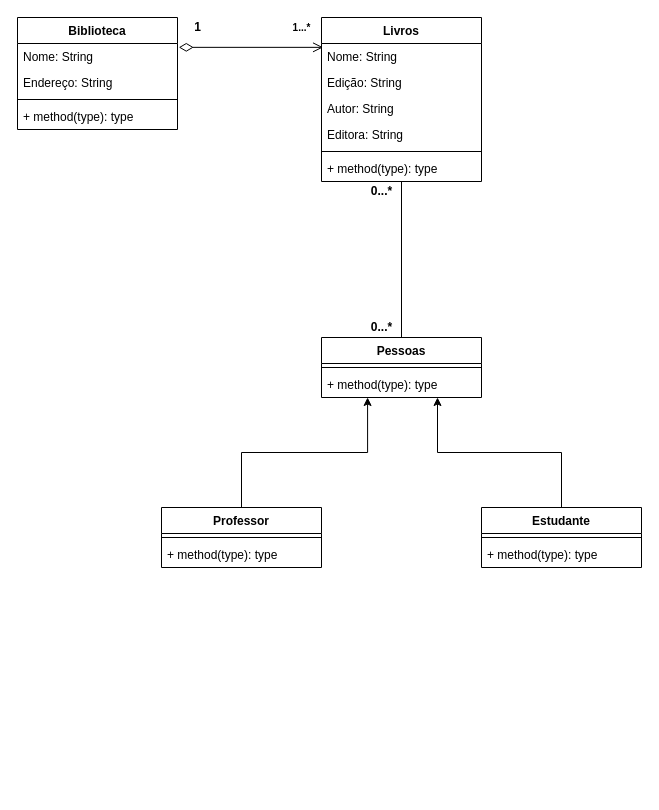
vittoralcan/uml_biblioteca keeps this draw.io diagram as uml_biblioteca.drawio. Above is the earlier version. Source tidied: cells renumbered, new cells numbered last; positions are measured from the earlier drawing's top-left corner, leaving out a move shared by most shapes. Both pictures are drawn from the tidied source at 100%, with x=0, y=0 at pixel (17, 17).
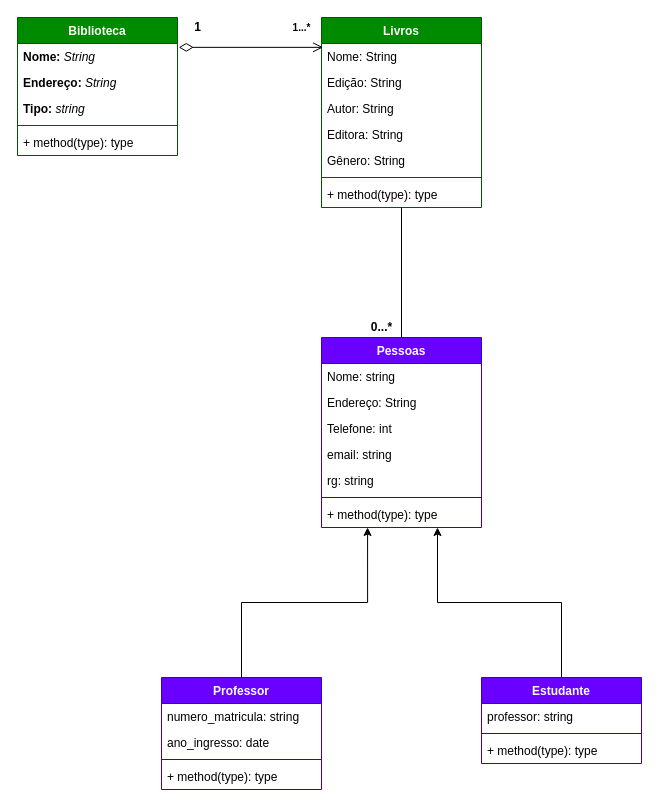
The same diagram, later.

Commit message:
Organização de cores uml_biblioteca.drawio

What changed in the source:
```diff
@@
-    <mxCell id="2" value="Biblioteca" style="swimlane;fontStyle=1;align=center;verticalAlign=top;horizontal=1;startSize=26;whiteSpace=wrap;html=1;" parent="1" vertex="1">
-      <mxGeometry width="160" height="112" as="geometry" />
+    <mxCell id="2" value="Biblioteca" style="swimlane;fontStyle=1;align=center;verticalAlign=top;horizontal=1;startSize=26;whiteSpace=wrap;html=1;fillColor=#008a00;fontColor=#ffffff;strokeColor=#005700;" parent="1" vertex="1">
+      <mxGeometry width="160" height="138" as="geometry" />
     </mxCell>
-    <mxCell id="3" value="Nome: String" style="text;strokeColor=none;fillColor=none;align=left;verticalAlign=top;spacingLeft=4;spacingRight=4;overflow=hidden;points=[[0,0.5],[1,0.5]];portConstraint=eastwest;whiteSpace=wrap;html=1;" parent="2" vertex="1">
+    <mxCell id="3" value="&lt;b&gt;Nome: &lt;/b&gt;&lt;i&gt;String&lt;/i&gt;" style="text;strokeColor=none;fillColor=none;align=left;verticalAlign=top;spacingLeft=4;spacingRight=4;overflow=hidden;points=[[0,0.5],[1,0.5]];portConstraint=eastwest;whiteSpace=wrap;html=1;" parent="2" vertex="1">
       <mxGeometry y="26" width="160" height="26" as="geometry" />
     </mxCell>
-    <mxCell id="4" value="Endereço: String" style="text;strokeColor=none;fillColor=none;align=left;verticalAlign=top;spacingLeft=4;spacingRight=4;overflow=hidden;whiteSpace=wrap;html=1;" parent="2" vertex="1">
+    <mxCell id="4" value="&lt;b&gt;Endereço: &lt;/b&gt;&lt;i&gt;String&lt;/i&gt;" style="text;strokeColor=none;fillColor=none;align=left;verticalAlign=top;spacingLeft=4;spacingRight=4;overflow=hidden;whiteSpace=wrap;html=1;" parent="2" vertex="1">
       <mxGeometry y="52" width="160" height="26" as="geometry" />
     </mxCell>
+    <mxCell id="31" value="&lt;b&gt;Tipo: &lt;/b&gt;&lt;i&gt;string&lt;/i&gt;" style="text;strokeColor=none;fillColor=none;align=left;verticalAlign=top;spacingLeft=4;spacingRight=4;overflow=hidden;whiteSpace=wrap;html=1;" parent="2" vertex="1">
+      <mxGeometry y="78" width="160" height="26" as="geometry" />
+    </mxCell>
     <mxCell id="5" style="line;strokeWidth=1;fillColor=none;align=left;verticalAlign=middle;spacingTop=-1;spacingLeft=3;spacingRight=3;labelPosition=right;strokeColor=inherit;" parent="2" vertex="1">
-      <mxGeometry y="78" width="160" height="8" as="geometry" />
+      <mxGeometry y="104" width="160" height="8" as="geometry" />
     </mxCell>
     <mxCell id="6" value="+ method(type): type" style="text;strokeColor=none;fillColor=none;align=left;verticalAlign=top;spacingLeft=4;spacingRight=4;overflow=hidden;whiteSpace=wrap;html=1;" parent="2" vertex="1">
-      <mxGeometry y="86" width="160" height="26" as="geometry" />
+      <mxGeometry y="112" width="160" height="26" as="geometry" />
     </mxCell>
-    <mxCell id="7" value="Pessoas" style="swimlane;fontStyle=1;align=center;verticalAlign=top;horizontal=1;startSize=26;whiteSpace=wrap;html=1;" parent="1" vertex="1">
-      <mxGeometry x="304" y="320" width="160" height="60" as="geometry" />
+    <mxCell id="7" value="Pessoas" style="swimlane;fontStyle=1;align=center;verticalAlign=top;horizontal=1;startSize=26;whiteSpace=wrap;html=1;fillColor=#6a00ff;fontColor=#ffffff;strokeColor=#3700CC;" parent="1" vertex="1">
+      <mxGeometry x="304" y="320" width="160" height="190" as="geometry" />
     </mxCell>
+    <mxCell id="32" value="&lt;div&gt;Nome: string&lt;/div&gt;" style="text;strokeColor=none;fillColor=none;align=left;verticalAlign=top;spacingLeft=4;spacingRight=4;overflow=hidden;whiteSpace=wrap;html=1;" parent="7" vertex="1">
+      <mxGeometry y="26" width="160" height="26" as="geometry" />
+    </mxCell>
+    <mxCell id="33" value="Endereço: String" style="text;strokeColor=none;fillColor=none;align=left;verticalAlign=top;spacingLeft=4;spacingRight=4;overflow=hidden;whiteSpace=wrap;html=1;" parent="7" vertex="1">
+      <mxGeometry y="52" width="160" height="26" as="geometry" />
+    </mxCell>
+    <mxCell id="34" value="Telefone: int" style="text;strokeColor=none;fillColor=none;align=left;verticalAlign=top;spacingLeft=4;spacingRight=4;overflow=hidden;whiteSpace=wrap;html=1;" parent="7" vertex="1">
+      <mxGeometry y="78" width="160" height="26" as="geometry" />
+    </mxCell>
+    <mxCell id="35" value="email: string" style="text;strokeColor=none;fillColor=none;align=left;verticalAlign=top;spacingLeft=4;spacingRight=4;overflow=hidden;whiteSpace=wrap;html=1;" parent="7" vertex="1">
+      <mxGeometry y="104" width="160" height="26" as="geometry" />
+    </mxCell>
+    <mxCell id="36" value="rg: string" style="text;strokeColor=none;fillColor=none;align=left;verticalAlign=top;spacingLeft=4;spacingRight=4;overflow=hidden;whiteSpace=wrap;html=1;" parent="7" vertex="1">
+      <mxGeometry y="130" width="160" height="26" as="geometry" />
+    </mxCell>
     <mxCell id="8" style="line;strokeWidth=1;fillColor=none;align=left;verticalAlign=middle;spacingTop=-1;spacingLeft=3;spacingRight=3;labelPosition=right;strokeColor=inherit;" parent="7" vertex="1">
-      <mxGeometry y="26" width="160" height="8" as="geometry" />
+      <mxGeometry y="156" width="160" height="8" as="geometry" />
     </mxCell>
     <mxCell id="9" value="+ method(type): type" style="text;strokeColor=none;fillColor=none;align=left;verticalAlign=top;spacingLeft=4;spacingRight=4;overflow=hidden;points=[[0,0.5],[1,0.5]];portConstraint=eastwest;whiteSpace=wrap;html=1;" parent="7" vertex="1">
-      <mxGeometry y="34" width="160" height="26" as="geometry" />
+      <mxGeometry y="164" width="160" height="26" as="geometry" />
     </mxCell>
-    <mxCell id="10" value="Livros" style="swimlane;fontStyle=1;align=center;verticalAlign=top;horizontal=1;startSize=26;whiteSpace=wrap;html=1;" parent="1" vertex="1">
-      <mxGeometry x="304" width="160" height="164" as="geometry" />
+    <mxCell id="10" value="Livros" style="swimlane;fontStyle=1;align=center;verticalAlign=top;horizontal=1;startSize=26;whiteSpace=wrap;html=1;fillColor=#008a00;fontColor=#ffffff;strokeColor=#005700;" parent="1" vertex="1">
+      <mxGeometry x="304" width="160" height="190" as="geometry" />
     </mxCell>
@@
+    <mxCell id="37" value="Gênero: String" style="text;strokeColor=none;fillColor=none;align=left;verticalAlign=top;spacingLeft=4;spacingRight=4;overflow=hidden;whiteSpace=wrap;html=1;" parent="10" vertex="1">
+      <mxGeometry y="130" width="160" height="26" as="geometry" />
+    </mxCell>
     <mxCell id="15" style="line;strokeWidth=1;fillColor=none;align=left;verticalAlign=middle;spacingTop=-1;spacingLeft=3;spacingRight=3;labelPosition=right;strokeColor=inherit;" parent="10" vertex="1">
-      <mxGeometry y="130" width="160" height="8" as="geometry" />
+      <mxGeometry y="156" width="160" height="8" as="geometry" />
     </mxCell>
     <mxCell id="16" value="+ method(type): type" style="text;strokeColor=none;fillColor=none;align=left;verticalAlign=top;spacingLeft=4;spacingRight=4;overflow=hidden;points=[[0,0.5],[1,0.5]];portConstraint=eastwest;whiteSpace=wrap;html=1;" parent="10" vertex="1">
-      <mxGeometry y="138" width="160" height="26" as="geometry" />
+      <mxGeometry y="164" width="160" height="26" as="geometry" />
     </mxCell>
-    <mxCell id="17" value="Professor" style="swimlane;fontStyle=1;align=center;verticalAlign=top;horizontal=1;startSize=26;whiteSpace=wrap;html=1;" parent="1" vertex="1">
-      <mxGeometry x="144" y="490" width="160" height="60" as="geometry" />
+    <mxCell id="17" value="Professor" style="swimlane;fontStyle=1;align=center;verticalAlign=top;horizontal=1;startSize=26;whiteSpace=wrap;html=1;fillColor=#6a00ff;fontColor=#ffffff;strokeColor=#3700CC;" parent="1" vertex="1">
+      <mxGeometry x="144" y="660" width="160" height="112" as="geometry" />
     </mxCell>
+    <mxCell id="38" value="numero_matricula: string" style="text;strokeColor=none;fillColor=none;align=left;verticalAlign=top;spacingLeft=4;spacingRight=4;overflow=hidden;whiteSpace=wrap;html=1;" parent="17" vertex="1">
+      <mxGeometry y="26" width="160" height="26" as="geometry" />
+    </mxCell>
+    <mxCell id="39" value="ano_ingresso: date" style="text;strokeColor=none;fillColor=none;align=left;verticalAlign=top;spacingLeft=4;spacingRight=4;overflow=hidden;whiteSpace=wrap;html=1;" parent="17" vertex="1">
+      <mxGeometry y="52" width="160" height="26" as="geometry" />
+    </mxCell>
     <mxCell id="18" style="line;strokeWidth=1;fillColor=none;align=left;verticalAlign=middle;spacingTop=-1;spacingLeft=3;spacingRight=3;labelPosition=right;strokeColor=inherit;" parent="17" vertex="1">
-      <mxGeometry y="26" width="160" height="8" as="geometry" />
+      <mxGeometry y="78" width="160" height="8" as="geometry" />
     </mxCell>
     <mxCell id="19" value="+ method(type): type" style="text;strokeColor=none;fillColor=none;align=left;verticalAlign=top;spacingLeft=4;spacingRight=4;overflow=hidden;whiteSpace=wrap;html=1;" parent="17" vertex="1">
-      <mxGeometry y="34" width="160" height="26" as="geometry" />
+      <mxGeometry y="86" width="160" height="26" as="geometry" />
     </mxCell>
@@
-    <mxCell id="21" value="Estudante" style="swimlane;fontStyle=1;align=center;verticalAlign=top;horizontal=1;startSize=26;whiteSpace=wrap;html=1;" parent="1" vertex="1">
-      <mxGeometry x="464" y="490" width="160" height="60" as="geometry" />
+    <mxCell id="21" value="Estudante" style="swimlane;fontStyle=1;align=center;verticalAlign=top;horizontal=1;startSize=26;whiteSpace=wrap;html=1;fillColor=#6a00ff;fontColor=#ffffff;strokeColor=#3700CC;" parent="1" vertex="1">
+      <mxGeometry x="464" y="660" width="160" height="86" as="geometry" />
     </mxCell>
+    <mxCell id="40" value="professor: string" style="text;strokeColor=none;fillColor=none;align=left;verticalAlign=top;spacingLeft=4;spacingRight=4;overflow=hidden;whiteSpace=wrap;html=1;" parent="21" vertex="1">
+      <mxGeometry y="26" width="160" height="26" as="geometry" />
+    </mxCell>
     <mxCell id="22" style="line;strokeWidth=1;fillColor=none;align=left;verticalAlign=middle;spacingTop=-1;spacingLeft=3;spacingRight=3;labelPosition=right;strokeColor=inherit;" parent="21" vertex="1">
-      <mxGeometry y="26" width="160" height="8" as="geometry" />
+      <mxGeometry y="52" width="160" height="8" as="geometry" />
     </mxCell>
     <mxCell id="23" value="+ method(type): type" style="text;strokeColor=none;fillColor=none;align=left;verticalAlign=top;spacingLeft=4;spacingRight=4;overflow=hidden;whiteSpace=wrap;html=1;" parent="21" vertex="1">
-      <mxGeometry y="34" width="160" height="26" as="geometry" />
+      <mxGeometry y="60" width="160" height="26" as="geometry" />
     </mxCell>
@@
-    <mxCell id="30" value="0...*" style="text;align=center;fontStyle=1;verticalAlign=middle;spacingLeft=3;spacingRight=3;strokeColor=none;html=1;" parent="1" vertex="1">
-      <mxGeometry x="344" y="164" width="40" height="20" as="geometry" />
-    </mxCell>
```
